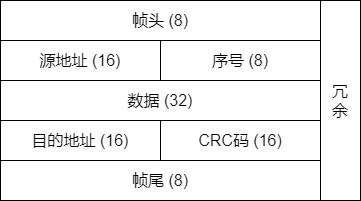
Before: Project1-MinNE-python/report/images/frame.png, a diagram exported from draw.io (mrcaidev/computer-network-and-communication-technology). Source tidied: cells renumbered, new cells last; positions are measured from the earlier drawing's top-left corner, leaving out a move shared by most shapes.
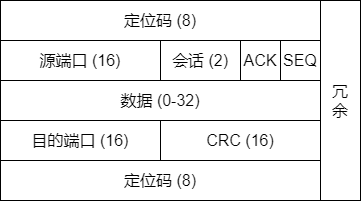
Above is the later version.

Diff of the diagram source:
```diff
@@ -2,29 +2,35 @@
   <root>
     <mxCell id="0" />
     <mxCell id="1" parent="0" />
-    <mxCell id="2" value="&lt;font style=&quot;font-size: 16px&quot;&gt;帧头 (8)&lt;/font&gt;" style="rounded=0;whiteSpace=wrap;html=1;align=center;" parent="1" vertex="1">
+    <mxCell id="2" value="&lt;font style=&quot;font-size: 16px&quot;&gt;定位码 (8)&lt;/font&gt;" style="rounded=0;whiteSpace=wrap;html=1;align=center;" parent="1" vertex="1">
       <mxGeometry width="320" height="40" as="geometry" />
     </mxCell>
-    <mxCell id="3" value="&lt;font style=&quot;font-size: 16px&quot;&gt;源地址 (16)&lt;/font&gt;" style="rounded=0;whiteSpace=wrap;html=1;align=center;" parent="1" vertex="1">
+    <mxCell id="3" value="&lt;font style=&quot;font-size: 16px&quot;&gt;源端口 (16)&lt;/font&gt;" style="rounded=0;whiteSpace=wrap;html=1;align=center;" parent="1" vertex="1">
       <mxGeometry y="40" width="160" height="40" as="geometry" />
     </mxCell>
-    <mxCell id="4" value="&lt;font style=&quot;font-size: 16px&quot;&gt;序号 (8)&lt;/font&gt;" style="rounded=0;whiteSpace=wrap;html=1;align=center;" parent="1" vertex="1">
-      <mxGeometry x="160" y="40" width="160" height="40" as="geometry" />
-    </mxCell>
-    <mxCell id="5" value="&lt;font style=&quot;font-size: 16px&quot;&gt;数据 (32)&lt;/font&gt;" style="rounded=0;whiteSpace=wrap;html=1;align=center;" parent="1" vertex="1">
+    <mxCell id="5" value="&lt;font style=&quot;font-size: 16px&quot;&gt;数据 (0-32)&lt;/font&gt;" style="rounded=0;whiteSpace=wrap;html=1;align=center;" parent="1" vertex="1">
       <mxGeometry y="80" width="320" height="40" as="geometry" />
     </mxCell>
-    <mxCell id="6" value="&lt;font style=&quot;font-size: 16px&quot;&gt;目的地址 (16)&lt;/font&gt;" style="rounded=0;whiteSpace=wrap;html=1;align=center;" parent="1" vertex="1">
+    <mxCell id="6" value="&lt;font style=&quot;font-size: 16px&quot;&gt;目的端口 (16)&lt;/font&gt;" style="rounded=0;whiteSpace=wrap;html=1;align=center;" parent="1" vertex="1">
       <mxGeometry y="120" width="160" height="40" as="geometry" />
     </mxCell>
-    <mxCell id="7" value="&lt;font style=&quot;font-size: 16px&quot;&gt;CRC码 (16)&lt;/font&gt;" style="rounded=0;whiteSpace=wrap;html=1;align=center;" parent="1" vertex="1">
+    <mxCell id="7" value="&lt;font style=&quot;font-size: 16px&quot;&gt;CRC (16)&lt;/font&gt;" style="rounded=0;whiteSpace=wrap;html=1;align=center;" parent="1" vertex="1">
       <mxGeometry x="160" y="120" width="160" height="40" as="geometry" />
     </mxCell>
-    <mxCell id="8" value="&lt;font style=&quot;font-size: 16px&quot;&gt;帧尾 (8)&lt;/font&gt;" style="rounded=0;whiteSpace=wrap;html=1;align=center;" parent="1" vertex="1">
+    <mxCell id="8" value="&lt;font style=&quot;font-size: 16px&quot;&gt;定位码 (8)&lt;/font&gt;" style="rounded=0;whiteSpace=wrap;html=1;align=center;" parent="1" vertex="1">
       <mxGeometry y="160" width="320" height="40" as="geometry" />
     </mxCell>
     <mxCell id="9" value="&lt;font style=&quot;font-size: 16px&quot;&gt;冗&lt;br&gt;余&lt;/font&gt;" style="rounded=0;whiteSpace=wrap;html=1;" parent="1" vertex="1">
       <mxGeometry x="320" width="40" height="200" as="geometry" />
     </mxCell>
+    <mxCell id="10" value="&lt;span style=&quot;font-size: 16px&quot;&gt;SEQ&lt;/span&gt;" style="rounded=0;whiteSpace=wrap;html=1;align=center;" parent="1" vertex="1">
+      <mxGeometry x="280" y="40" width="40" height="40" as="geometry" />
+    </mxCell>
+    <mxCell id="11" value="&lt;span style=&quot;font-size: 16px&quot;&gt;ACK&lt;/span&gt;" style="rounded=0;whiteSpace=wrap;html=1;align=center;" parent="1" vertex="1">
+      <mxGeometry x="240" y="40" width="40" height="40" as="geometry" />
+    </mxCell>
+    <mxCell id="12" value="&lt;span style=&quot;font-size: 16px&quot;&gt;会话 (2)&lt;/span&gt;" style="rounded=0;whiteSpace=wrap;html=1;align=center;" parent="1" vertex="1">
+      <mxGeometry x="160" y="40" width="80" height="40" as="geometry" />
+    </mxCell>
   </root>
 </mxGraphModel>
```
